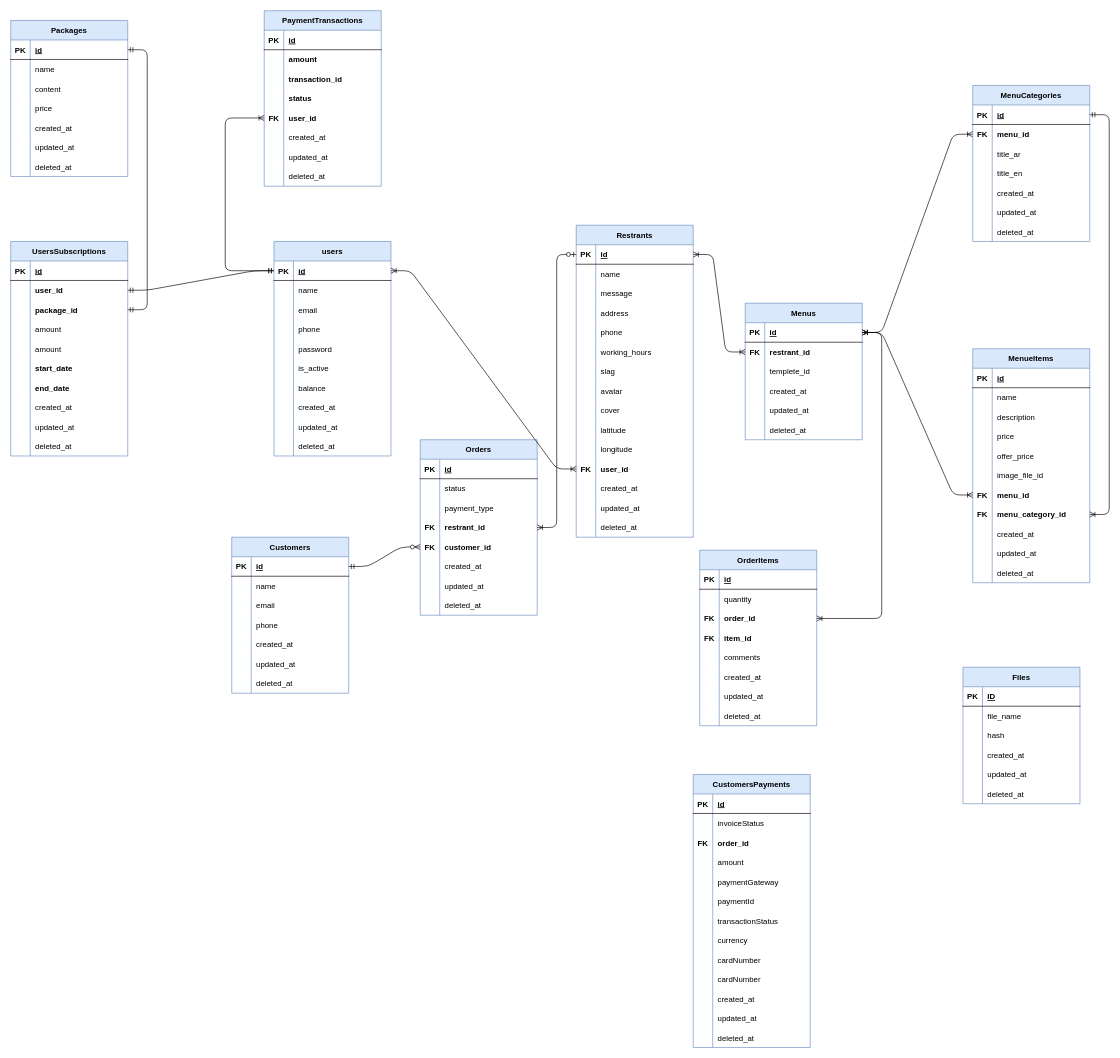
zchacker/resMenu keeps this draw.io diagram as database.drawio. Above is the earlier version. Source tidied: cells renumbered, new cells numbered last; positions are measured from the earlier drawing's top-left corner, leaving out a move shared by most shapes. Both pictures are drawn from the tidied source at 65%, with x=0, y=0 at pixel (10, 10).
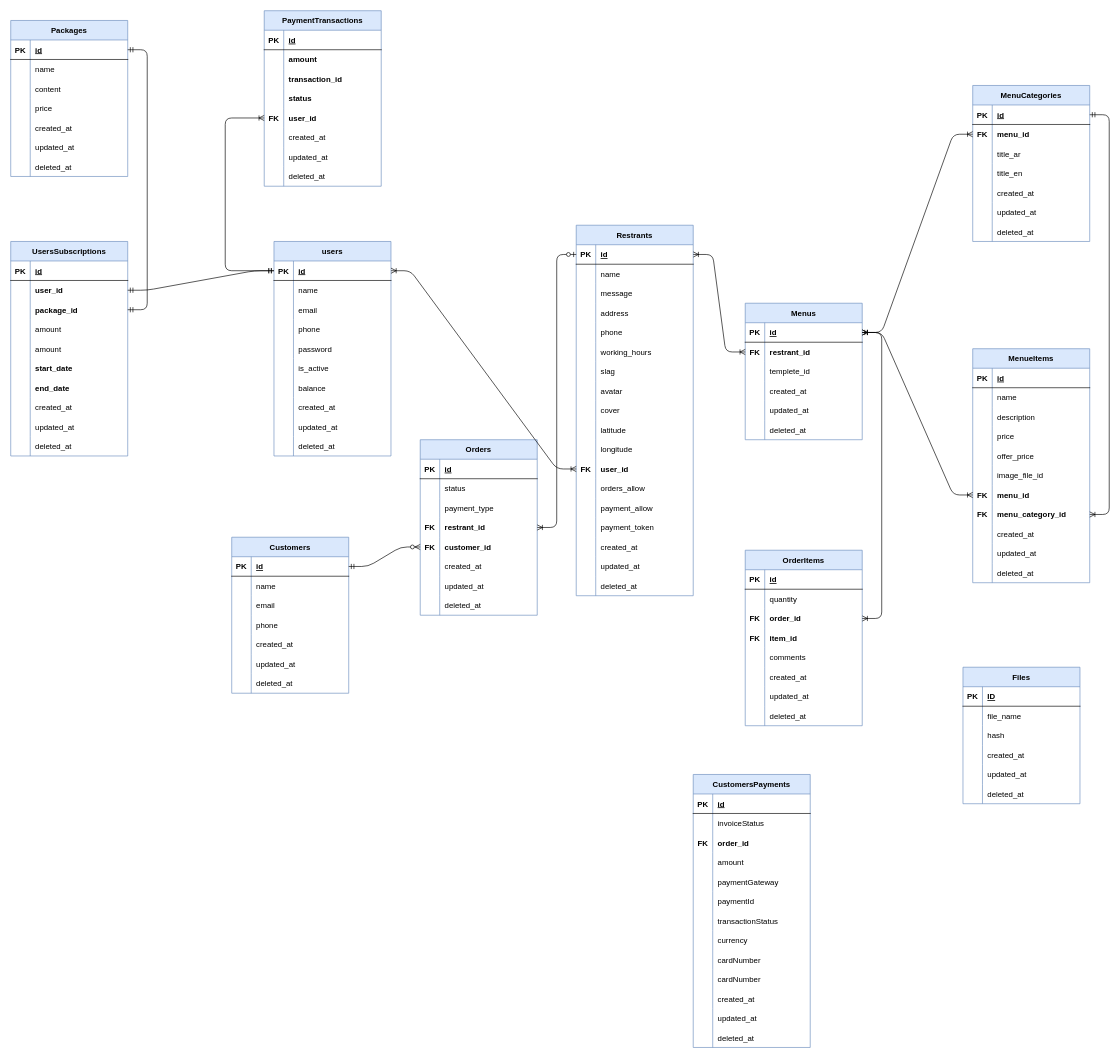
After the change.

Unchanged cells that the change refers to:
```xml
<mxCell id="92" style="shape=partialRectangle;fillColor=none;top=0;left=0;bottom=0;right=0;" parent="55" vertex="1">
  <mxGeometry y="390" width="180" height="30" as="geometry" />
</mxCell>
```

Diff of the diagram source:
```diff
@@
     <mxCell id="55" value="Restrants" style="shape=table;startSize=30;childLayout=tableLayout;rowLines=0;fontStyle=1;align=center;fillColor=#dae8fc;strokeColor=#6c8ebf;" parent="1" vertex="1">
-      <mxGeometry x="870" y="330" width="180" height="480" as="geometry" />
+      <mxGeometry x="870" y="330" width="180" height="570" as="geometry" />
     </mxCell>
@@
-    <mxCell id="94" value="created_at" style="shape=partialRectangle;fillColor=none;top=0;left=0;bottom=0;right=0;align=left;spacingLeft=6;overflow=hidden;" parent="92" vertex="1">
+    <mxCell id="94" value="orders_allow" style="shape=partialRectangle;fillColor=none;top=0;left=0;bottom=0;right=0;align=left;spacingLeft=6;overflow=hidden;fontStyle=0;" parent="92" vertex="1">
       <mxGeometry x="30" width="150" height="30" as="geometry" />
     </mxCell>
+    <mxCell id="374" style="shape=partialRectangle;fillColor=none;top=0;left=0;bottom=0;right=0;" parent="55" vertex="1">
+      <mxGeometry y="420" width="180" height="30" as="geometry" />
+    </mxCell>
+    <mxCell id="375" style="shape=partialRectangle;fillColor=none;top=0;left=0;bottom=0;right=0;overflow=hidden;" parent="374" vertex="1">
+      <mxGeometry width="30" height="30" as="geometry" />
+    </mxCell>
+    <mxCell id="376" value="payment_allow" style="shape=partialRectangle;fillColor=none;top=0;left=0;bottom=0;right=0;align=left;spacingLeft=6;overflow=hidden;fontStyle=0;" parent="374" vertex="1">
+      <mxGeometry x="30" width="150" height="30" as="geometry" />
+    </mxCell>
+    <mxCell id="377" style="shape=partialRectangle;fillColor=none;top=0;left=0;bottom=0;right=0;" parent="55" vertex="1">
+      <mxGeometry y="450" width="180" height="30" as="geometry" />
+    </mxCell>
+    <mxCell id="378" style="shape=partialRectangle;fillColor=none;top=0;left=0;bottom=0;right=0;overflow=hidden;" parent="377" vertex="1">
+      <mxGeometry width="30" height="30" as="geometry" />
+    </mxCell>
+    <mxCell id="379" value="payment_token" style="shape=partialRectangle;fillColor=none;top=0;left=0;bottom=0;right=0;align=left;spacingLeft=6;overflow=hidden;fontStyle=0;" parent="377" vertex="1">
+      <mxGeometry x="30" width="150" height="30" as="geometry" />
+    </mxCell>
+    <mxCell id="380" style="shape=partialRectangle;fillColor=none;top=0;left=0;bottom=0;right=0;" parent="55" vertex="1">
+      <mxGeometry y="480" width="180" height="30" as="geometry" />
+    </mxCell>
+    <mxCell id="381" style="shape=partialRectangle;fillColor=none;top=0;left=0;bottom=0;right=0;overflow=hidden;" parent="380" vertex="1">
+      <mxGeometry width="30" height="30" as="geometry" />
+    </mxCell>
+    <mxCell id="382" value="created_at" style="shape=partialRectangle;fillColor=none;top=0;left=0;bottom=0;right=0;align=left;spacingLeft=6;overflow=hidden;" parent="380" vertex="1">
+      <mxGeometry x="30" width="150" height="30" as="geometry" />
+    </mxCell>
     <mxCell id="95" style="shape=partialRectangle;fillColor=none;top=0;left=0;bottom=0;right=0;" parent="55" vertex="1">
-      <mxGeometry y="420" width="180" height="30" as="geometry" />
+      <mxGeometry y="510" width="180" height="30" as="geometry" />
     </mxCell>
@@
     <mxCell id="98" style="shape=partialRectangle;fillColor=none;top=0;left=0;bottom=0;right=0;" parent="55" vertex="1">
-      <mxGeometry y="450" width="180" height="30" as="geometry" />
+      <mxGeometry y="540" width="180" height="30" as="geometry" />
     </mxCell>
@@
     <mxCell id="201" value="OrderItems" style="shape=table;startSize=30;childLayout=tableLayout;rowLines=0;fontStyle=1;align=center;fillColor=#dae8fc;strokeColor=#6c8ebf;" parent="1" vertex="1">
-      <mxGeometry x="1060" y="830" width="180" height="270" as="geometry" />
+      <mxGeometry x="1130" y="830" width="180" height="270" as="geometry" />
     </mxCell>
```
